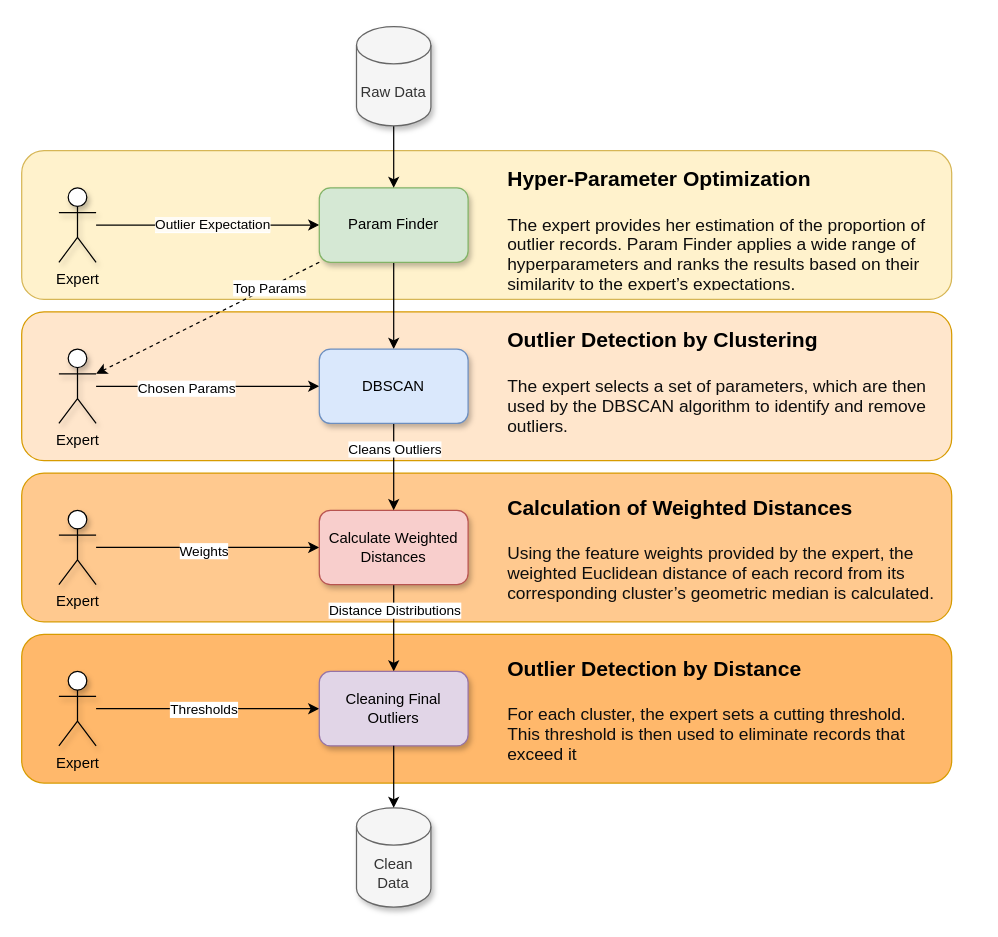
Naviden/PrivGen keeps this draw.io diagram as page "Outlier Cleaning" (2 of 2) of Diagram.drawio. Above is the earlier version. Source tidied: cells renumbered, new cells numbered last; positions are measured from the earlier drawing's top-left corner, leaving out a move shared by most shapes. Both pictures are drawn from the tidied source at 124%, with x=0, y=0 at pixel (21, 26).
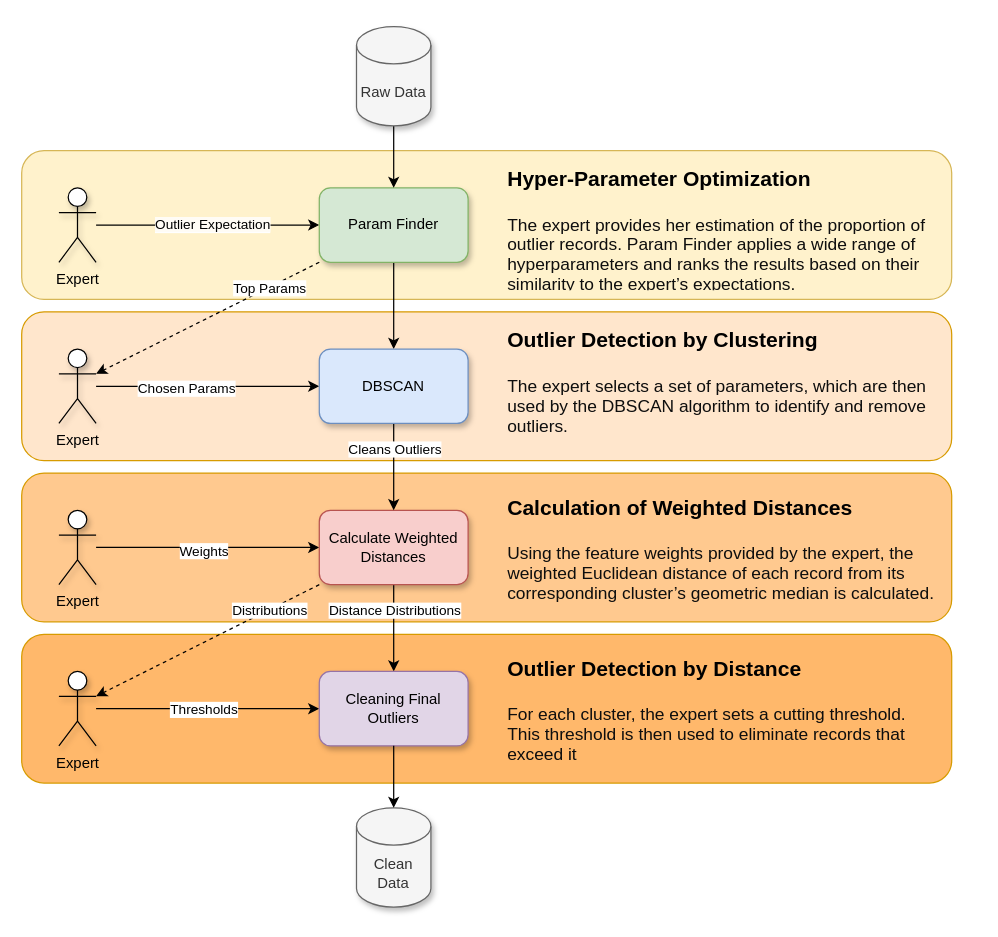
The same diagram, later.

Unchanged cells that the change refers to:
```xml
<mxCell id="18" value="Calculate Weighted Distances" style="rounded=1;whiteSpace=wrap;html=1;fillColor=#f8cecc;strokeColor=#b85450;shadow=1;" parent="1" vertex="1">
  <mxGeometry x="240" y="390" width="120" height="60" as="geometry" />
</mxCell>
<mxCell id="27" value="Expert" style="shape=umlActor;verticalLabelPosition=bottom;verticalAlign=top;html=1;outlineConnect=0;shadow=1;" parent="1" vertex="1">
  <mxGeometry x="30" y="520" width="30" height="60" as="geometry" />
</mxCell>
```

What changed in the source:
```diff
@@
+    <mxCell id="37" style="rounded=0;jettySize=auto;html=1;exitX=0;exitY=1;exitDx=0;exitDy=0;entryX=1;entryY=0.3333333333333333;entryDx=0;entryDy=0;entryPerimeter=0;dashed=1;" parent="1" edge="1" source="18" target="27">
+      <mxGeometry relative="1" as="geometry" />
+    </mxCell>
+    <mxCell id="38" value="Distributions" style="edgeLabel;html=1;align=center;verticalAlign=middle;" parent="37" vertex="1">
+      <mxGeometry x="-0.12" relative="1" as="geometry">
+        <mxPoint x="39" y="-19" as="offset" />
+      </mxGeometry>
+    </mxCell>
```
